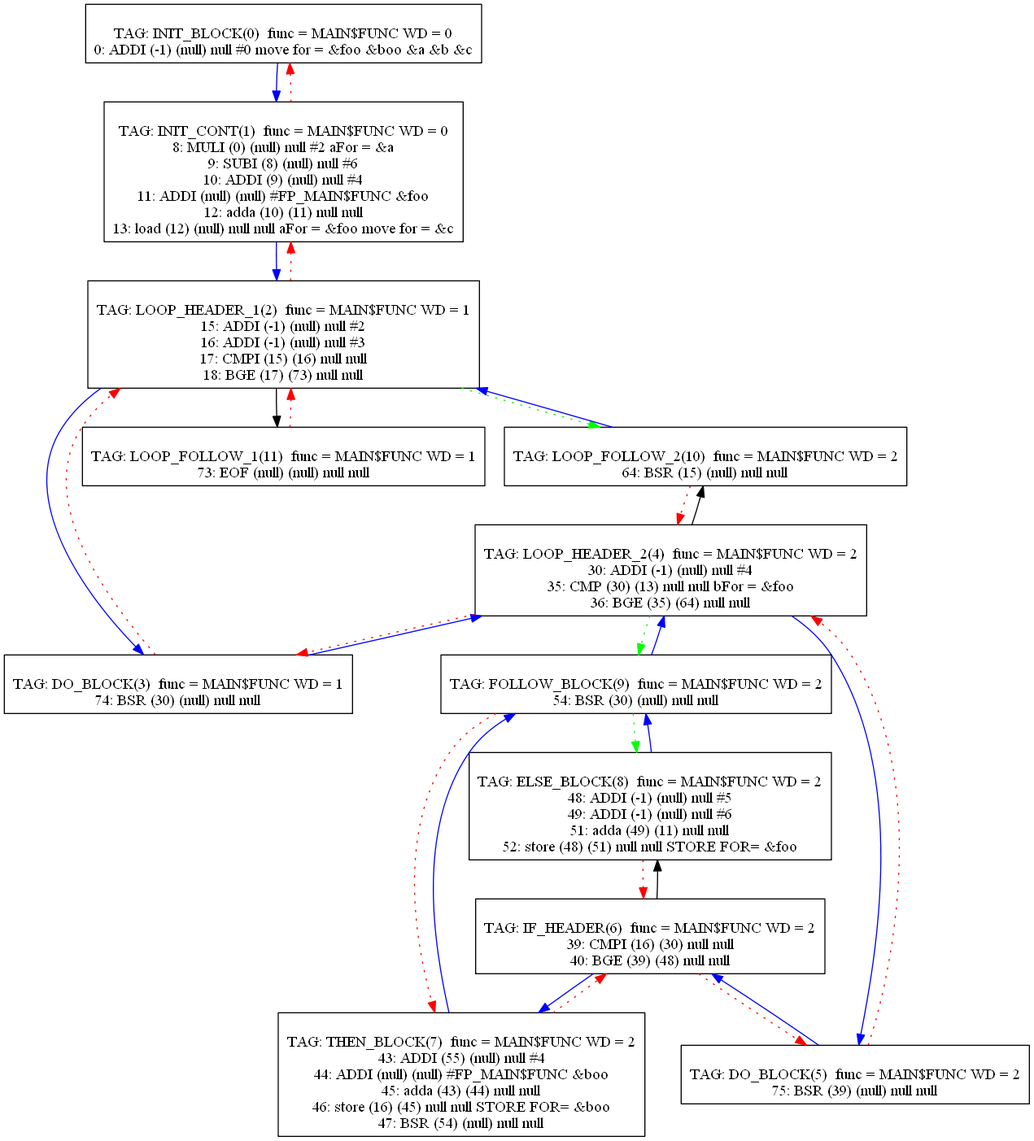
Earlier version of the Graphviz export Compiler/27graph.png (mbajaj92/Project-Astoria). Its source is kept beside it as Compiler/27graph.dot.
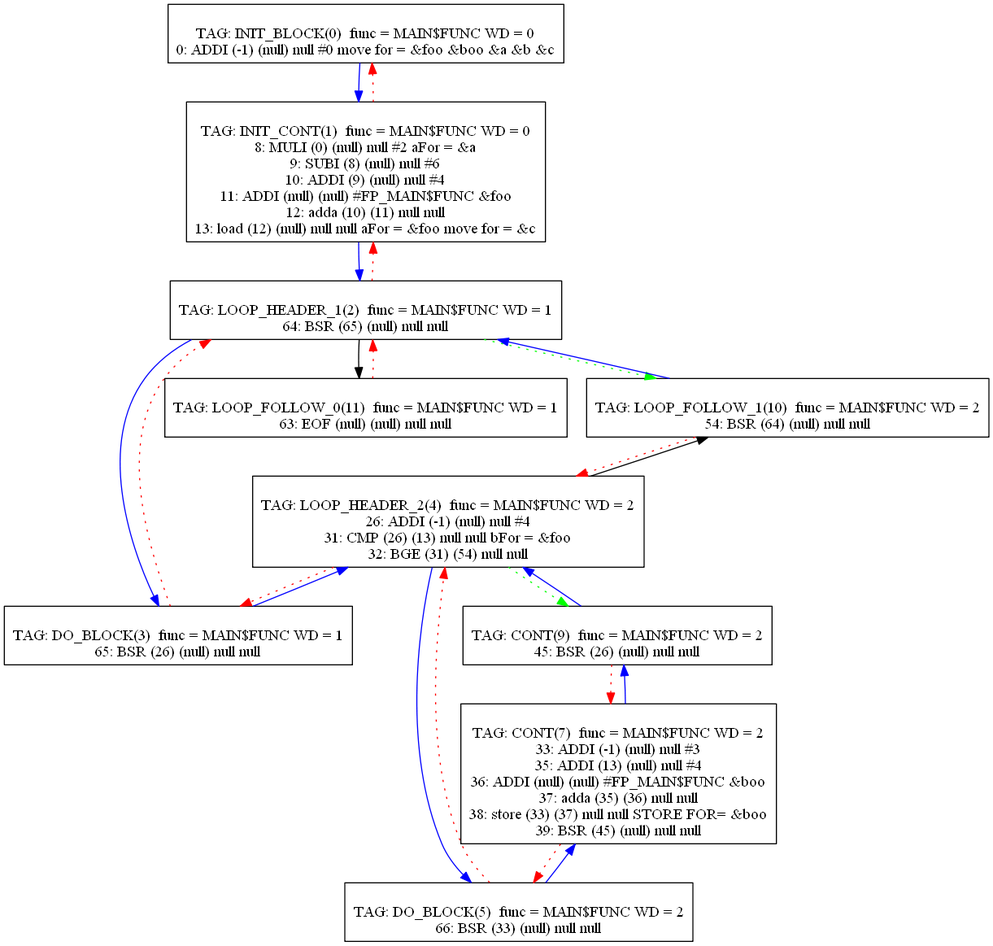
After the change.

Change to the diagram source:
```diff
@@ -19,10 +19,7 @@
 1 -> 0[color=red][style=dotted]
 2[label="
 TAG: LOOP_HEADER_1(2)  func = MAIN$FUNC WD = 1
-15: ADDI (-1) (null) null #2
-16: ADDI (-1) (null) null #3
-17: CMPI (15) (16) null null
-18: BGE (17) (73) null null
+64: BSR (65) (null) null null
 "];
 2[shape=box];
 2 -> 3[color=blue]
@@ -31,16 +28,16 @@
 2 -> 10[color=green][style=dotted]
 3[label="
 TAG: DO_BLOCK(3)  func = MAIN$FUNC WD = 1
-74: BSR (30) (null) null null
+65: BSR (26) (null) null null
 "];
 3[shape=box];
 3 -> 4[color=blue]
 3 -> 2[color=red][style=dotted]
 4[label="
 TAG: LOOP_HEADER_2(4)  func = MAIN$FUNC WD = 2
-30: ADDI (-1) (null) null #4
-35: CMP (30) (13) null null bFor = &foo
-36: BGE (35) (64) null null
+26: ADDI (-1) (null) null #4
+31: CMP (26) (13) null null bFor = &foo
+32: BGE (31) (54) null null
 "];
 4[shape=box];
 4 -> 5[color=blue]
@@ -49,59 +46,40 @@
 4 -> 9[color=green][style=dotted]
 5[label="
 TAG: DO_BLOCK(5)  func = MAIN$FUNC WD = 2
-75: BSR (39) (null) null null
+66: BSR (33) (null) null null
 "];
 5[shape=box];
-5 -> 6[color=blue]
+5 -> 7[color=blue]
 5 -> 4[color=red][style=dotted]
-6[label="
-TAG: IF_HEADER(6)  func = MAIN$FUNC WD = 2
-39: CMPI (16) (30) null null
-40: BGE (39) (48) null null
-"];
-6[shape=box];
-6 -> 7[color=blue]
-6 -> 8[color=black]
-6 -> 5[color=red][style=dotted]
 7[label="
-TAG: THEN_BLOCK(7)  func = MAIN$FUNC WD = 2
-43: ADDI (55) (null) null #4
-44: ADDI (null) (null) #FP_MAIN$FUNC &boo
-45: adda (43) (44) null null
-46: store (16) (45) null null STORE FOR= &boo
-47: BSR (54) (null) null null
+TAG: CONT(7)  func = MAIN$FUNC WD = 2
+33: ADDI (-1) (null) null #3
+35: ADDI (13) (null) null #4
+36: ADDI (null) (null) #FP_MAIN$FUNC &boo
+37: adda (35) (36) null null
+38: store (33) (37) null null STORE FOR= &boo
+39: BSR (45) (null) null null
 "];
 7[shape=box];
 7 -> 9[color=blue]
-7 -> 6[color=red][style=dotted]
-8[label="
-TAG: ELSE_BLOCK(8)  func = MAIN$FUNC WD = 2
-48: ADDI (-1) (null) null #5
-49: ADDI (-1) (null) null #6
-51: adda (49) (11) null null
-52: store (48) (51) null null STORE FOR= &foo
-"];
-8[shape=box];
-8 -> 9[color=blue]
-8 -> 6[color=red][style=dotted]
+7 -> 5[color=red][style=dotted]
 9[label="
-TAG: FOLLOW_BLOCK(9)  func = MAIN$FUNC WD = 2
-54: BSR (30) (null) null null
+TAG: CONT(9)  func = MAIN$FUNC WD = 2
+45: BSR (26) (null) null null
 "];
 9[shape=box];
 9 -> 4[color=blue]
 9 -> 7[color=red][style=dotted]
-9 -> 8[color=green][style=dotted]
 10[label="
-TAG: LOOP_FOLLOW_2(10)  func = MAIN$FUNC WD = 2
-64: BSR (15) (null) null null
+TAG: LOOP_FOLLOW_1(10)  func = MAIN$FUNC WD = 2
+54: BSR (64) (null) null null
 "];
 10[shape=box];
 10 -> 2[color=blue]
 10 -> 4[color=red][style=dotted]
 11[label="
-TAG: LOOP_FOLLOW_1(11)  func = MAIN$FUNC WD = 1
-73: EOF (null) (null) null null
+TAG: LOOP_FOLLOW_0(11)  func = MAIN$FUNC WD = 1
+63: EOF (null) (null) null null
 "];
 11[shape=box];
 11 -> 2[color=red][style=dotted]
```
